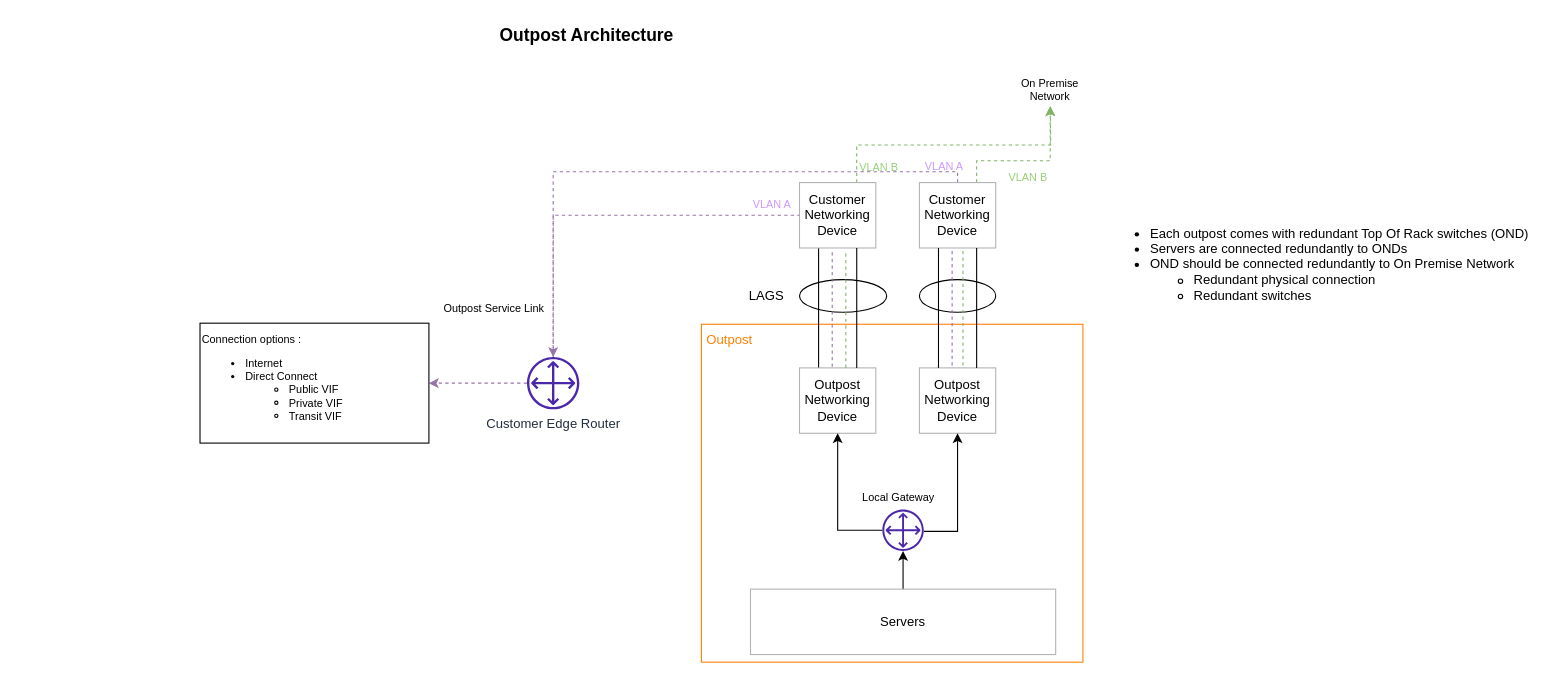
The draw.io diagram page "Module 4 : Specialized Infrastructure" (1 of 2) of AdvancedArchitectingOnAWS/AdvancedArchitectingOnAWS.drawio in mcharouk/aws, before the edit. Source tidied: cells renumbered, new cells numbered last; positions are measured from the earlier drawing's top-left corner, leaving out a move shared by most shapes. Both pictures are drawn from the tidied source at 109%, with x=0, y=0 at pixel (199, 19).
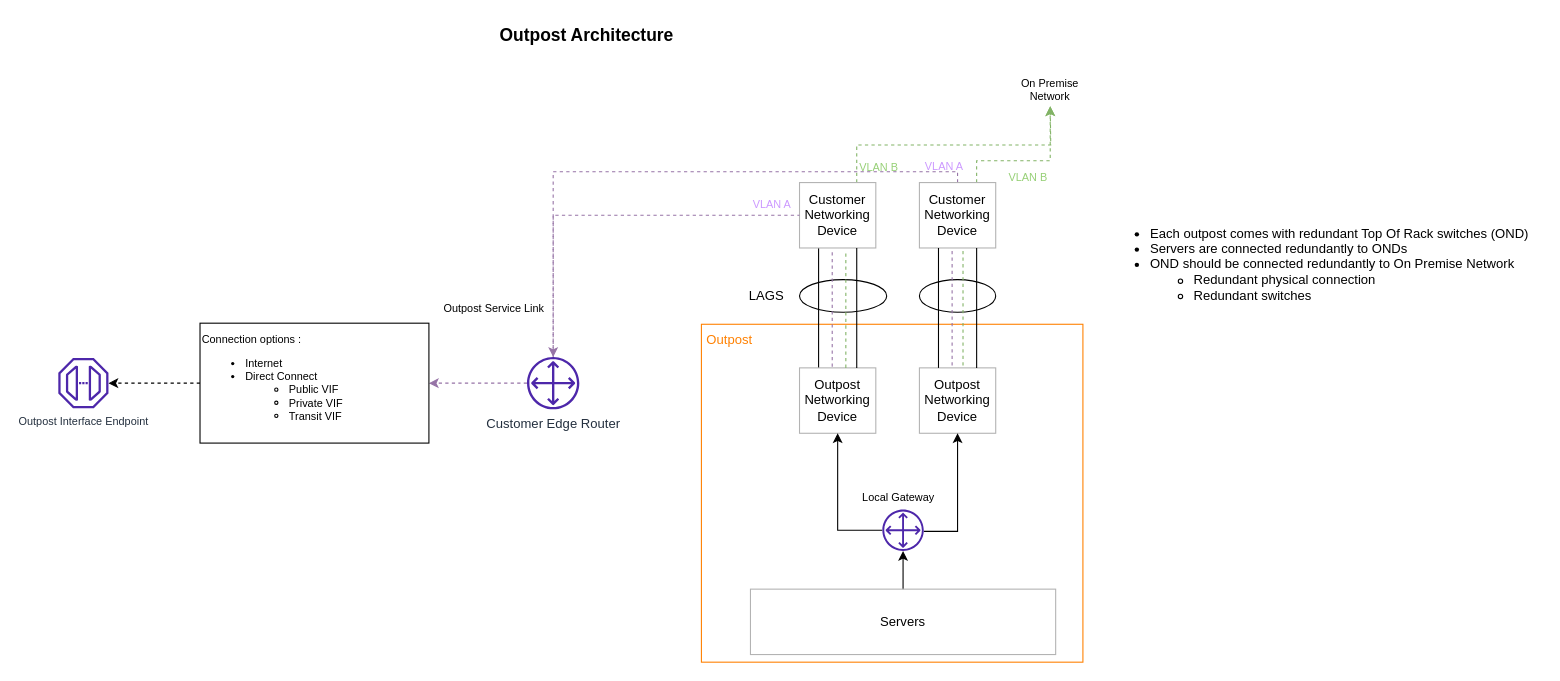
Above is the later version.

Unchanged cells that the change refers to:
```xml
<mxCell id="31" value="Connection options :&amp;nbsp;&lt;br&gt;&lt;ul&gt;&lt;li&gt;Internet&lt;/li&gt;&lt;li&gt;Direct Connect&lt;/li&gt;&lt;ul&gt;&lt;li&gt;Public VIF&lt;/li&gt;&lt;li&gt;Private VIF&lt;/li&gt;&lt;li&gt;Transit VIF&lt;/li&gt;&lt;/ul&gt;&lt;/ul&gt;" style="text;html=1;strokeColor=default;fillColor=none;align=left;verticalAlign=middle;whiteSpace=wrap;rounded=0;fontSize=10;fontColor=#000000;" parent="1" vertex="1">
  <mxGeometry y="279" width="210" height="110" as="geometry" />
</mxCell>
```

Diff of the diagram source:
```diff
@@
+    <mxCell id="40" style="edgeStyle=orthogonalEdgeStyle;rounded=0;jettySize=auto;html=1;dashed=1;fontSize=10;fontColor=#CC99FF;endArrow=classic;endFill=1;" parent="1" edge="1" source="31" target="41">
+      <mxGeometry relative="1" as="geometry" />
+    </mxCell>
@@
+    <mxCell id="41" value="Outpost Interface Endpoint" style="sketch=0;outlineConnect=0;fontColor=#232F3E;gradientColor=none;fillColor=#4D27AA;strokeColor=none;dashed=0;verticalLabelPosition=bottom;verticalAlign=top;align=center;html=1;fontSize=10;fontStyle=0;shape=mxgraph.aws4.endpoint;" parent="1" vertex="1">
+      <mxGeometry x="-130" y="311" width="46" height="46" as="geometry" />
+    </mxCell>
```
